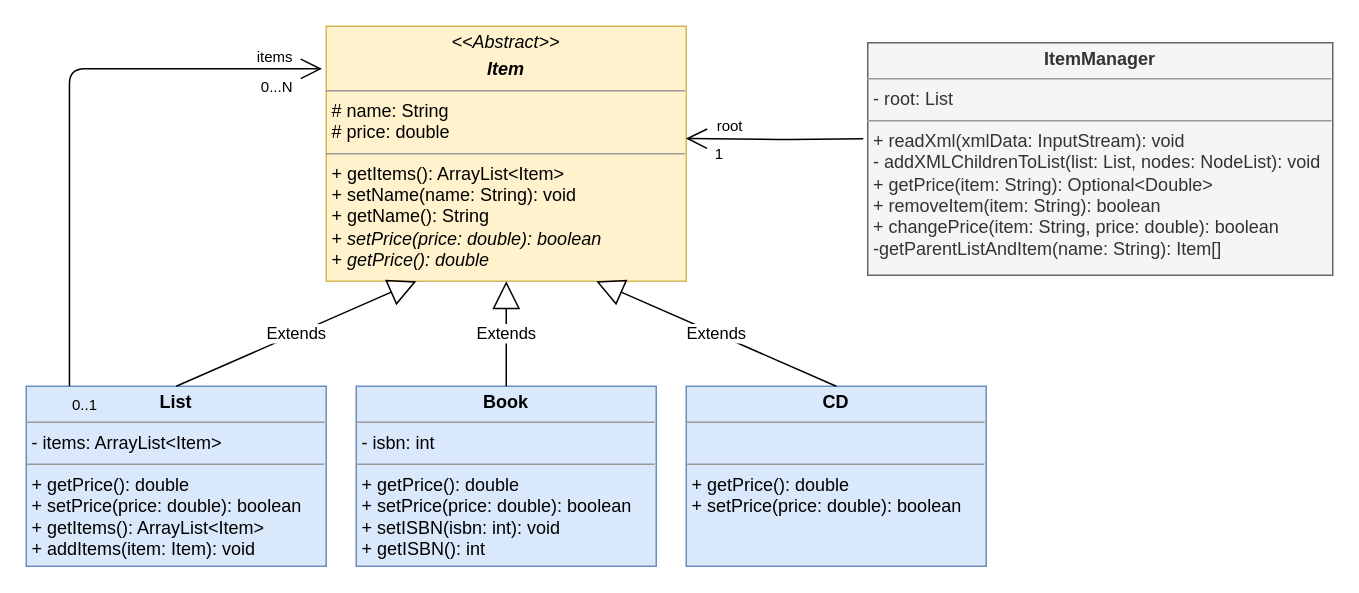
Johannes-Baischer/SE-Assignments keeps this draw.io diagram as docs/composite/img/a4_uml.drawio. Above is the earlier version. Source tidied: cells renumbered, new cells numbered last; positions are measured from the earlier drawing's top-left corner, leaving out a move shared by most shapes. Both pictures are drawn from the tidied source at 150%, with x=0, y=0 at pixel (26, 26).
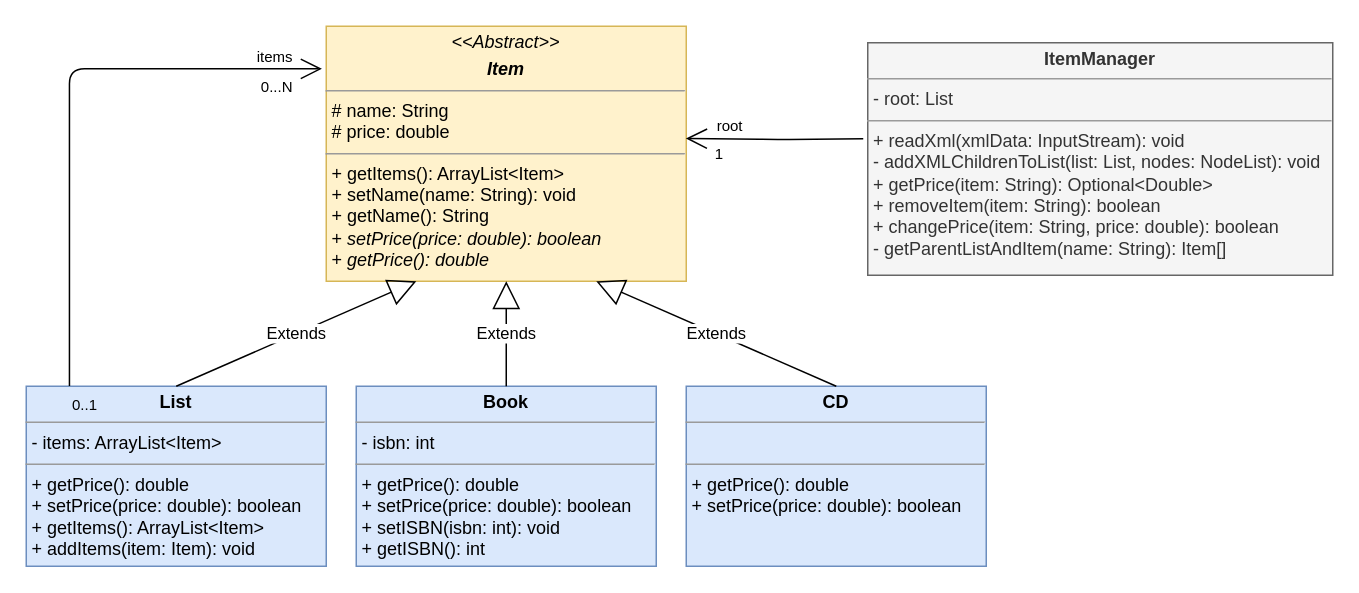
After the change.

Diff of the diagram source:
```diff
@@
-    <mxCell id="6" value="&lt;p style=&quot;margin:0px;margin-top:4px;text-align:center;&quot;&gt;&lt;b&gt;ItemManager&lt;/b&gt;&lt;/p&gt;&lt;hr size=&quot;1&quot;&gt;&lt;p style=&quot;margin:0px;margin-left:4px;&quot;&gt;- root: List&lt;br&gt;&lt;/p&gt;&lt;hr size=&quot;1&quot;&gt;&lt;p style=&quot;margin:0px;margin-left:4px;&quot;&gt;+ readXml(xmlData: InputStream): void&lt;/p&gt;&lt;p style=&quot;margin:0px;margin-left:4px;&quot;&gt;- addXMLChildrenToList(list: List, nodes: NodeList): void&lt;/p&gt;&lt;p style=&quot;margin:0px;margin-left:4px;&quot;&gt;+ getPrice(item: String): Optional&amp;lt;Double&amp;gt;&lt;/p&gt;&lt;p style=&quot;margin:0px;margin-left:4px;&quot;&gt;+ removeItem(item: String): boolean&lt;/p&gt;&lt;p style=&quot;margin:0px;margin-left:4px;&quot;&gt;+ changePrice(item: String, price: double): boolean&lt;/p&gt;&lt;p style=&quot;margin:0px;margin-left:4px;&quot;&gt;-getParentListAndItem(name: String): Item[]&lt;br&gt;&lt;/p&gt;" style="verticalAlign=top;align=left;overflow=fill;fontSize=12;fontFamily=Helvetica;html=1;fillColor=#f5f5f5;fontColor=#333333;strokeColor=#666666;" parent="1" vertex="1">
+    <mxCell id="6" value="&lt;p style=&quot;margin: 0px ; margin-top: 4px ; text-align: center&quot;&gt;&lt;b&gt;ItemManager&lt;/b&gt;&lt;/p&gt;&lt;hr size=&quot;1&quot;&gt;&lt;p style=&quot;margin: 0px ; margin-left: 4px&quot;&gt;- root: List&lt;br&gt;&lt;/p&gt;&lt;hr size=&quot;1&quot;&gt;&lt;p style=&quot;margin: 0px ; margin-left: 4px&quot;&gt;+ readXml(xmlData: InputStream): void&lt;/p&gt;&lt;p style=&quot;margin: 0px ; margin-left: 4px&quot;&gt;- addXMLChildrenToList(list: List, nodes: NodeList): void&lt;/p&gt;&lt;p style=&quot;margin: 0px ; margin-left: 4px&quot;&gt;+ getPrice(item: String): Optional&amp;lt;Double&amp;gt;&lt;/p&gt;&lt;p style=&quot;margin: 0px ; margin-left: 4px&quot;&gt;+ removeItem(item: String): boolean&lt;/p&gt;&lt;p style=&quot;margin: 0px ; margin-left: 4px&quot;&gt;+ changePrice(item: String, price: double): boolean&lt;/p&gt;&lt;p style=&quot;margin: 0px ; margin-left: 4px&quot;&gt;- getParentListAndItem(name: String): Item[]&lt;br&gt;&lt;/p&gt;" style="verticalAlign=top;align=left;overflow=fill;fontSize=12;fontFamily=Helvetica;html=1;fillColor=#f5f5f5;fontColor=#333333;strokeColor=#666666;" parent="1" vertex="1">
       <mxGeometry x="561" y="11" width="310" height="155" as="geometry" />
     </mxCell>
```
